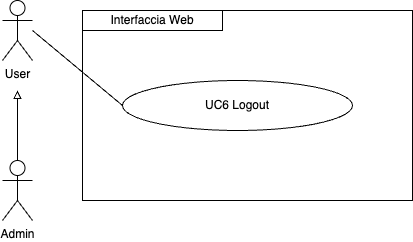
Before: imgs/Uml/UC6.png, a diagram exported from draw.io (ShameIRL/farmacode). Source tidied: cells renumbered, new cells last; positions are measured from the earlier drawing's top-left corner, leaving out a move shared by most shapes.
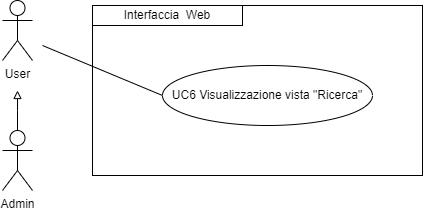
The same file after the commit.

The edit, as a diff of the source:
```diff
@@ -2,30 +2,34 @@
   <root>
     <mxCell id="0" />
     <mxCell id="1" parent="0" />
-    <mxCell id="2" style="edgeStyle=orthogonalEdgeStyle;rounded=0;jettySize=auto;html=1;exitX=0.5;exitY=0;exitDx=0;exitDy=0;exitPerimeter=0;endArrow=block;endFill=0;" parent="1" edge="1" source="3">
-      <mxGeometry relative="1" as="geometry">
-        <mxPoint x="15" y="90" as="targetPoint" />
-      </mxGeometry>
-    </mxCell>
+    <mxCell id="9" style="edgeStyle=orthogonalEdgeStyle;rounded=0;jettySize=auto;html=1;strokeColor=#000000;endArrow=block;endFill=0;" parent="1" edge="1" source="3">
+      <mxGeometry relative="1" as="geometry">
+        <mxPoint x="125" y="265" as="targetPoint" />
+        <Array as="points">
+          <mxPoint x="125" y="285" />
+          <mxPoint x="125" y="285" />
+        </Array>
+      </mxGeometry>
+    </mxCell>
     <mxCell id="3" value="Admin" style="shape=umlActor;verticalLabelPosition=bottom;verticalAlign=top;html=1;outlineConnect=0;" parent="1" vertex="1">
-      <mxGeometry y="160" width="30" height="60" as="geometry" />
+      <mxGeometry x="110" y="305" width="30" height="60" as="geometry" />
     </mxCell>
-    <mxCell id="4" value="UC6 Logout" style="ellipse;whiteSpace=wrap;html=1;" parent="1" vertex="1">
-      <mxGeometry x="120" y="80" width="230" height="50" as="geometry" />
-    </mxCell>
     <mxCell id="5" value="User" style="shape=umlActor;verticalLabelPosition=bottom;verticalAlign=top;html=1;" parent="1" vertex="1">
-      <mxGeometry width="30" height="60" as="geometry" />
+      <mxGeometry x="110" y="175" width="30" height="60" as="geometry" />
     </mxCell>
-    <mxCell id="6" style="endArrow=none;html=1;rounded=0;entryX=0;entryY=0.5;entryDx=0;entryDy=0;" parent="1" edge="1" target="4">
-      <mxGeometry relative="1" as="geometry">
-        <mxPoint x="30" y="30" as="sourcePoint" />
-      </mxGeometry>
-    </mxCell>
-    <mxCell id="7" style="rounded=0;whiteSpace=wrap;html=1;fillColor=none;" parent="1" vertex="1">
-      <mxGeometry x="80" y="10" width="330" height="190" as="geometry" />
-    </mxCell>
-    <mxCell id="8" value="Interfaccia Web" style="rounded=0;whiteSpace=wrap;html=1;" parent="1" vertex="1">
-      <mxGeometry x="80" y="10" width="140" height="20" as="geometry" />
-    </mxCell>
+    <mxCell id="10" style="rounded=0;whiteSpace=wrap;html=1;fillColor=none;" parent="1" vertex="1">
+      <mxGeometry x="200" y="180" width="330" height="170" as="geometry" />
+    </mxCell>
+    <mxCell id="11" value="&lt;div style=&quot;&quot;&gt;Interfaccia&amp;nbsp; W&lt;span style=&quot;background-color: initial;&quot;&gt;eb&lt;/span&gt;&lt;/div&gt;" style="rounded=0;whiteSpace=wrap;html=1;fillColor=none;align=center;" parent="1" vertex="1">
+      <mxGeometry x="200" y="180" width="150" height="20" as="geometry" />
+    </mxCell>
+    <mxCell id="12" value="UC6 Visualizzazione vista &quot;Ricerca&quot;" style="ellipse;whiteSpace=wrap;html=1;" parent="1" vertex="1">
+      <mxGeometry x="270" y="240" width="210" height="60" as="geometry" />
+    </mxCell>
+    <mxCell id="13" style="endArrow=none;html=1;rounded=0;entryX=0;entryY=0.5;entryDx=0;entryDy=0;" parent="1" edge="1" target="12">
+      <mxGeometry relative="1" as="geometry">
+        <mxPoint x="150" y="220" as="sourcePoint" />
+      </mxGeometry>
+    </mxCell>
   </root>
 </mxGraphModel>
```
